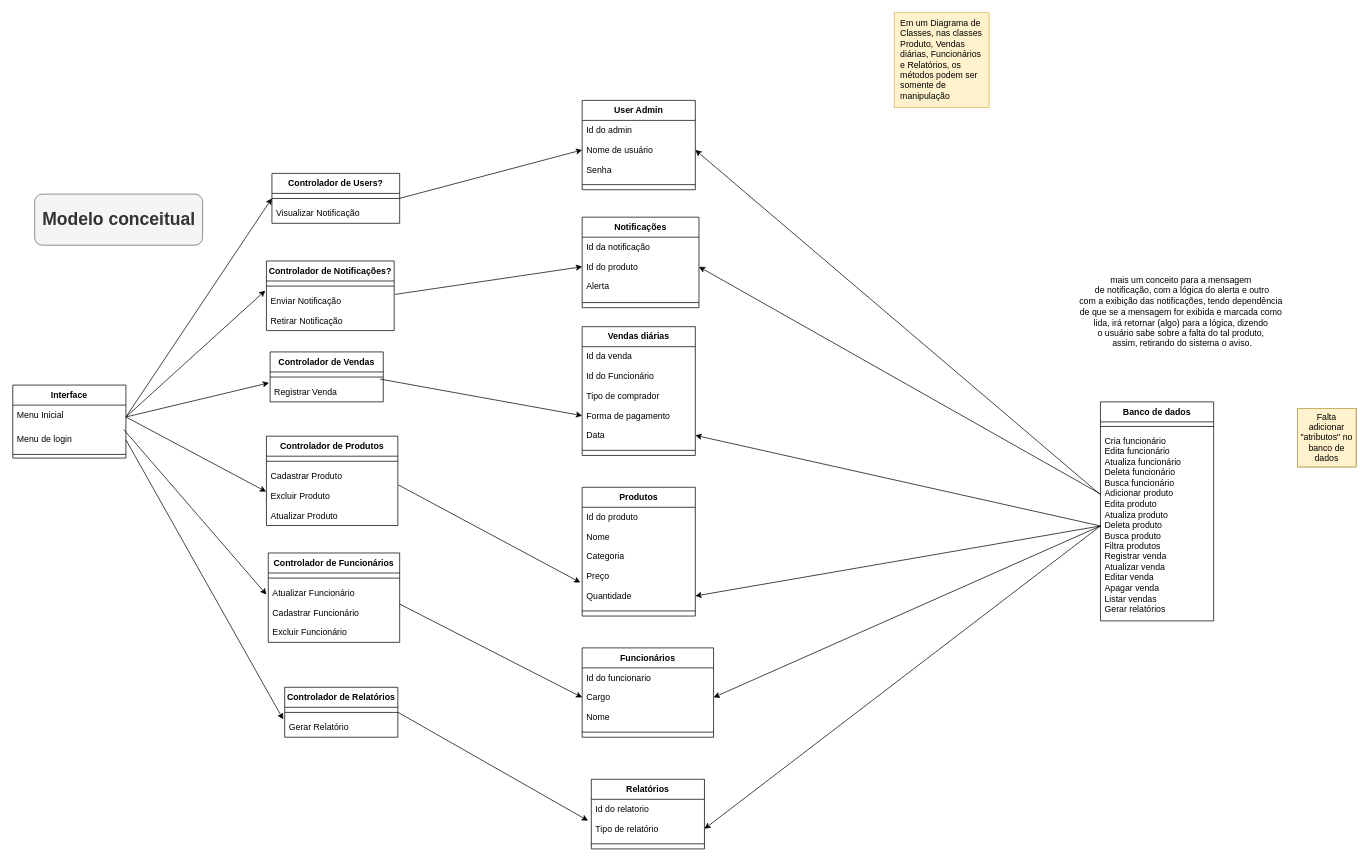
Before: ModeloConceitual.drawio in belleruivo/cantina-fatore, a draw.io diagram. Source tidied: cells renumbered, new cells numbered last; positions are measured from the earlier drawing's top-left corner, leaving out a move shared by most shapes. Both pictures are drawn from the tidied source at 73%, with x=0, y=0 at pixel (12, 12).
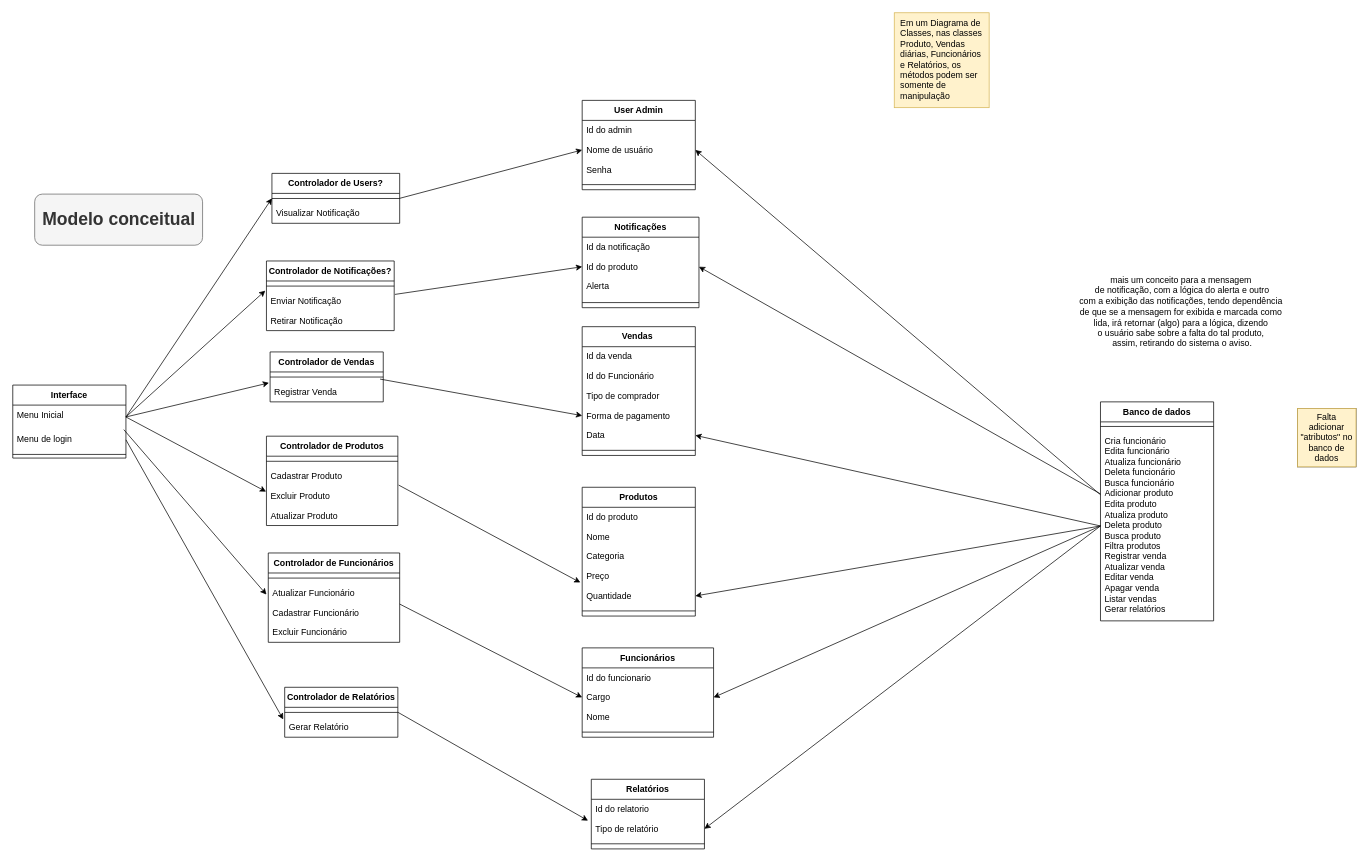
The same page after the edit.

What changed in the source:
```diff
@@
-    <mxCell id="14" value="Vendas diárias" style="swimlane;fontStyle=1;align=center;verticalAlign=top;horizontal=1;startSize=27.428571428571427;" parent="1" vertex="1">
+    <mxCell id="14" value="Vendas " style="swimlane;fontStyle=1;align=center;verticalAlign=top;horizontal=1;startSize=27.428571428571427;" parent="1" vertex="1">
       <mxGeometry x="780" y="430" width="155" height="176.4" as="geometry" />
     </mxCell>
```
